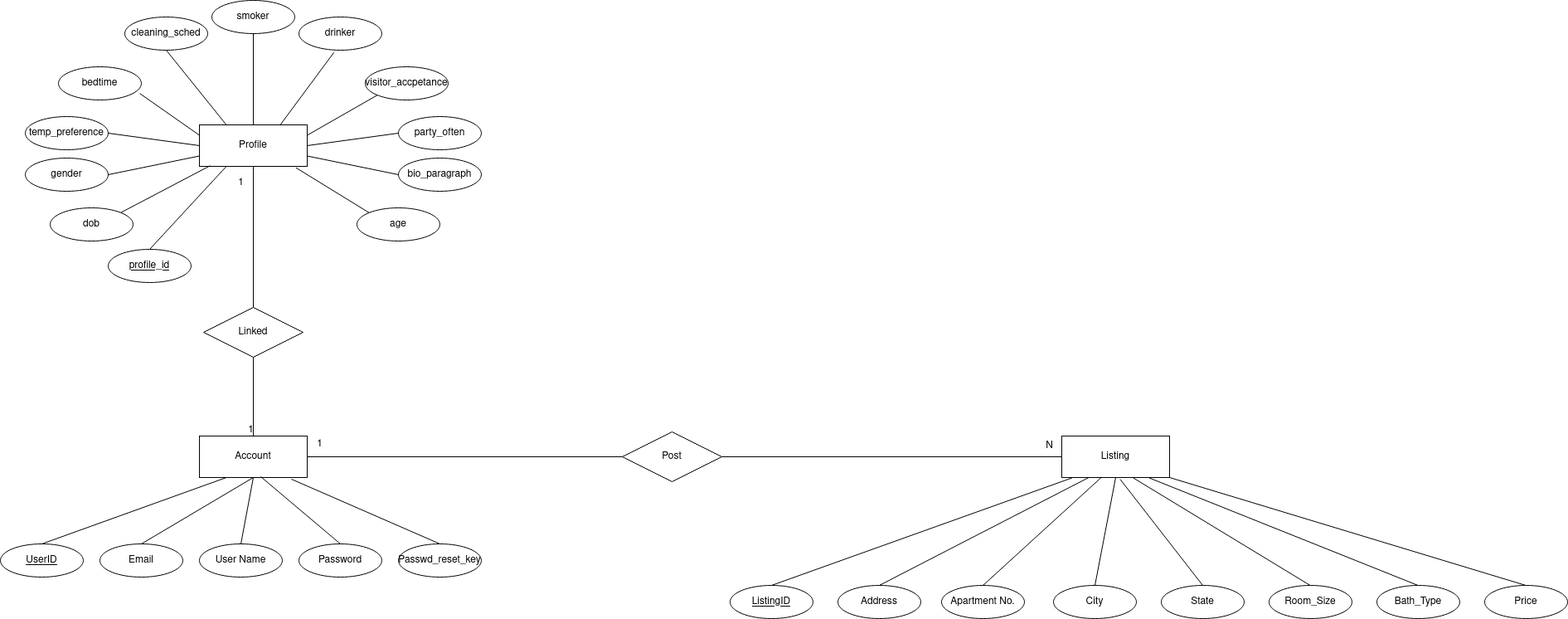
JackValladares/ApartmentApplication keeps this draw.io diagram as docs/database/database_ERD.png. Above is the earlier version. Source tidied: cells renumbered, new cells last; positions are measured from the earlier drawing's top-left corner, leaving out a move shared by most shapes.
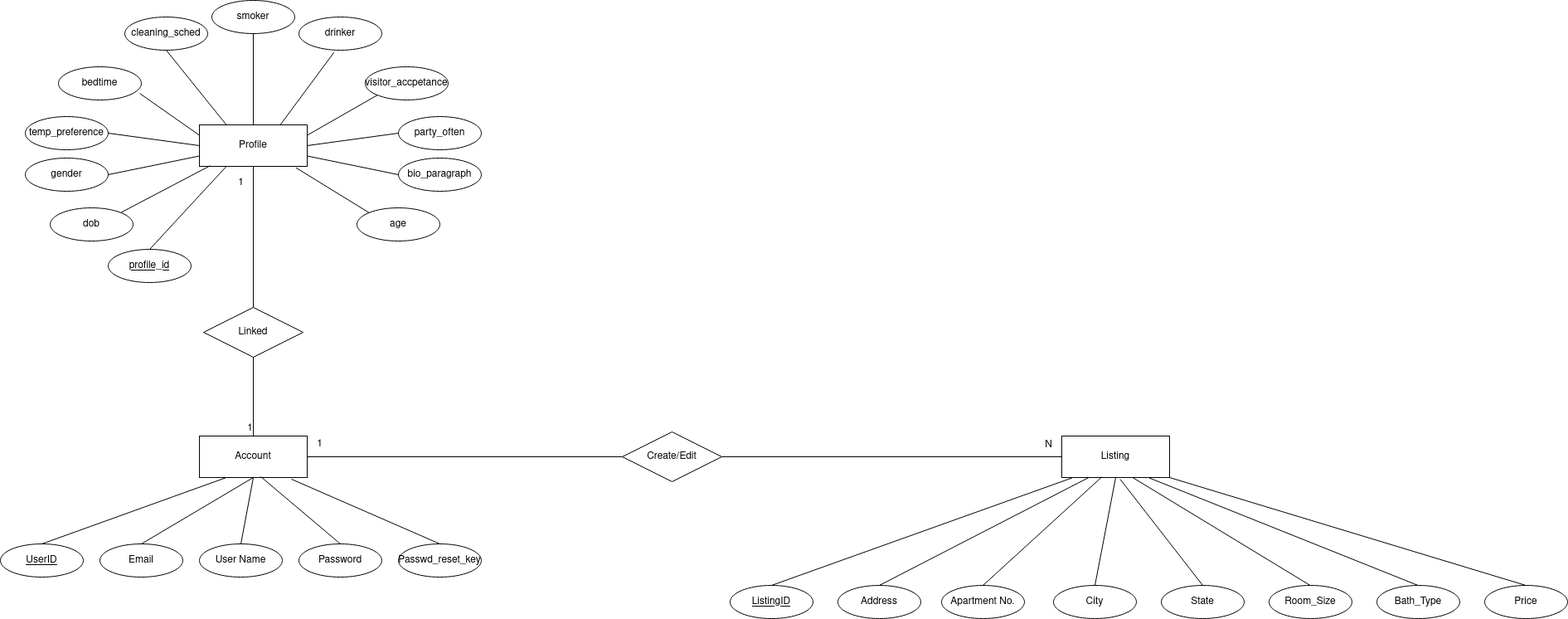
The same file after the commit.

Diff of the diagram source:
```diff
@@ -90,7 +90,7 @@
         <mxPoint x="1839.6" y="705" as="sourcePoint" />
       </mxGeometry>
     </mxCell>
-    <mxCell id="28" value="Post" style="shape=rhombus;perimeter=rhombusPerimeter;whiteSpace=wrap;html=1;align=center;" parent="1" vertex="1">
+    <mxCell id="28" value="&lt;div&gt;Create/Edit&lt;/div&gt;" style="shape=rhombus;perimeter=rhombusPerimeter;whiteSpace=wrap;html=1;align=center;" parent="1" vertex="1">
       <mxGeometry x="750" y="520" width="120" height="60" as="geometry" />
     </mxCell>
     <mxCell id="29" style="endArrow=none;html=1;rounded=0;exitX=1;exitY=0.5;exitDx=0;exitDy=0;entryX=0;entryY=0.5;entryDx=0;entryDy=0;" parent="1" edge="1" source="28" target="11">
```
